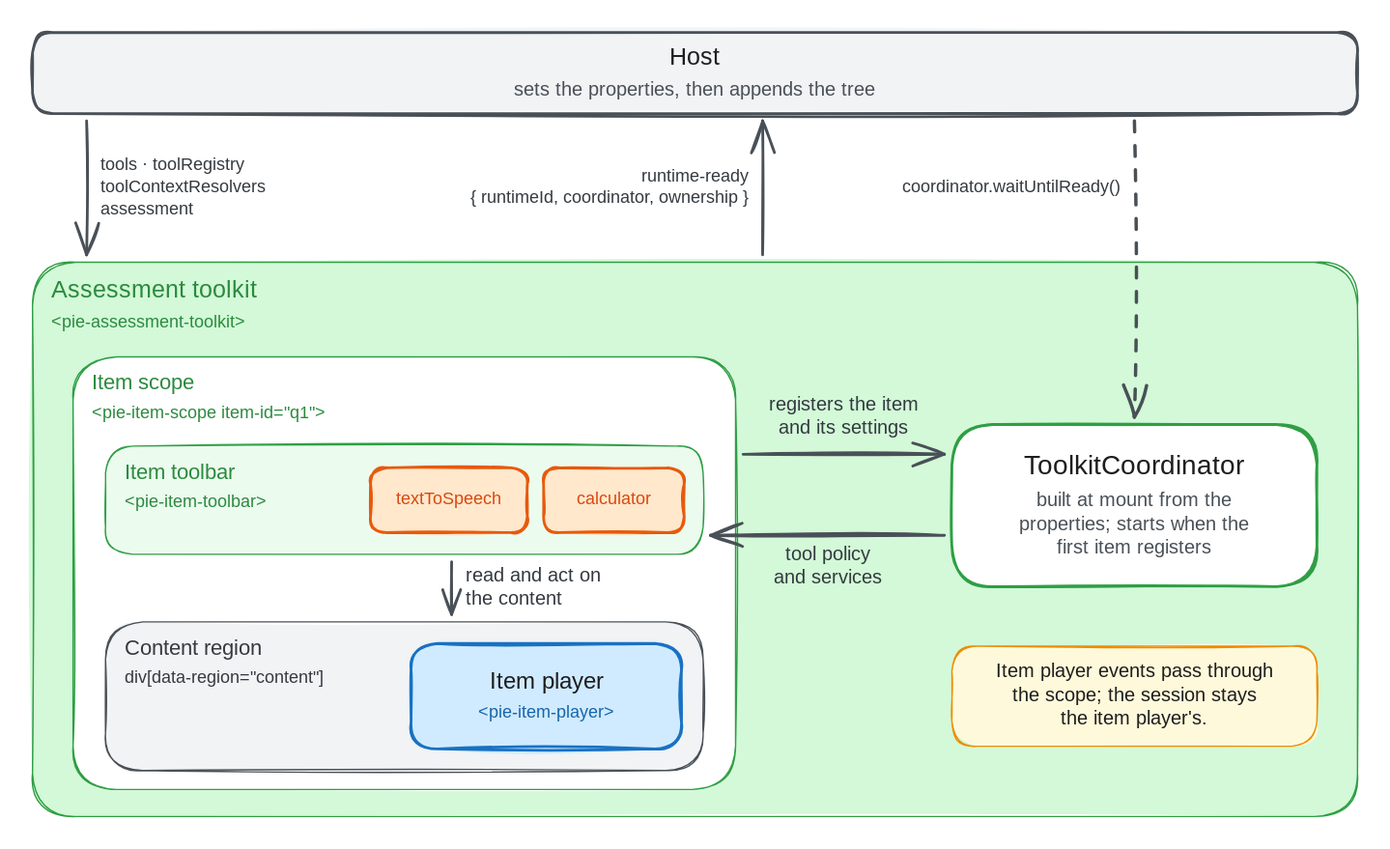
Above: packages/pie-website-app/static/images/diagrams/toolkit-item-scope.excalidraw.svg in pie-framework/pie-website-ng (Excalidraw), before the change. Source tidied: one line per element, renumbered; positions are measured from the earlier drawing's top-left corner, leaving out a move shared by most shapes.
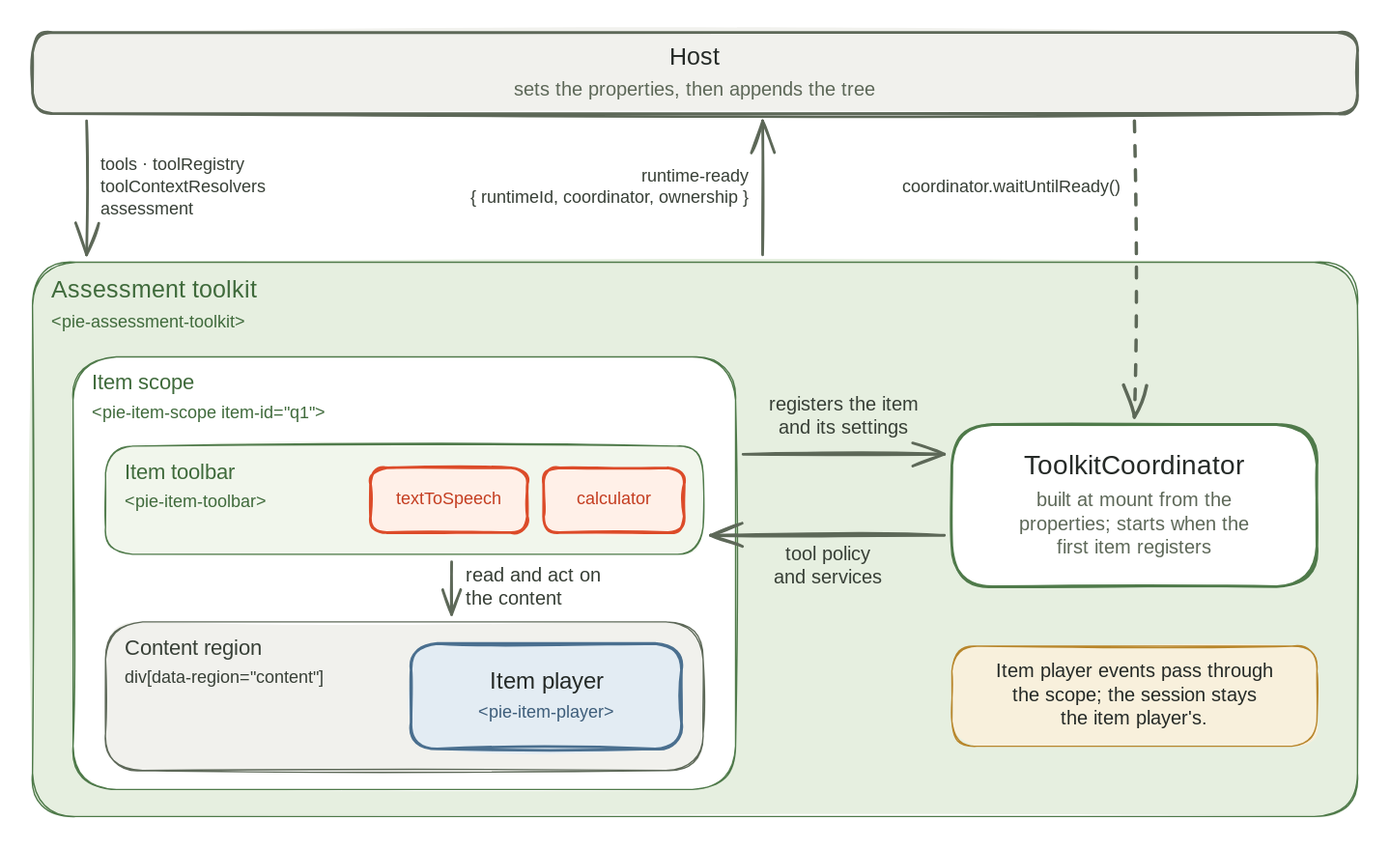
After the change.

What changed in the source:
```diff
@@ -1,39 +1,39 @@
-{"id": 0, "type": "rectangle", "strokeColor": "#2f9e44", "backgroundColor": "#d3f9d8", "fillStyle": "solid", "strokeWidth": 1, "roughness": 1, "round": true, "x": 0, "y": 170, "width": 980, "height": 410}
+{"id": 0, "type": "rectangle", "strokeColor": "#4f7a4a", "backgroundColor": "#e6efe0", "fillStyle": "solid", "strokeWidth": 1, "roughness": 1, "round": true, "x": 0, "y": 170, "width": 980, "height": 410}
-{"id": 1, "type": "text", "text": "Assessment toolkit", "strokeColor": "#2b8a3e", "strokeWidth": 2, "roughness": 1, "fontSize": 18, "fontFamily": 5, "x": 14, "y": 180, "width": 169, "height": 22}
+{"id": 1, "type": "text", "text": "Assessment toolkit", "strokeColor": "#3f6a3b", "strokeWidth": 2, "roughness": 1, "fontSize": 18, "fontFamily": 5, "x": 14, "y": 180, "width": 169, "height": 22}
-{"id": 2, "type": "text", "text": "<pie-assessment-toolkit>", "strokeColor": "#2b8a3e", "strokeWidth": 2, "roughness": 1, "fontSize": 13, "fontFamily": 8, "x": 14, "y": 206, "width": 172, "height": 16}
+{"id": 2, "type": "text", "text": "<pie-assessment-toolkit>", "strokeColor": "#3f6a3b", "strokeWidth": 2, "roughness": 1, "fontSize": 13, "fontFamily": 8, "x": 14, "y": 206, "width": 172, "height": 16}
-{"id": 3, "type": "rectangle", "strokeColor": "#2f9e44", "backgroundColor": "#ffffff", "fillStyle": "solid", "strokeWidth": 1, "roughness": 1, "round": true, "x": 30, "y": 240, "width": 490, "height": 320}
+{"id": 3, "type": "rectangle", "strokeColor": "#4f7a4a", "backgroundColor": "#ffffff", "fillStyle": "solid", "strokeWidth": 1, "roughness": 1, "round": true, "x": 30, "y": 240, "width": 490, "height": 320}
-{"id": 4, "type": "text", "text": "Item scope", "strokeColor": "#2b8a3e", "strokeWidth": 2, "roughness": 1, "fontSize": 16, "fontFamily": 5, "x": 44, "y": 250, "width": 87, "height": 20}
+{"id": 4, "type": "text", "text": "Item scope", "strokeColor": "#3f6a3b", "strokeWidth": 2, "roughness": 1, "fontSize": 16, "fontFamily": 5, "x": 44, "y": 250, "width": 87, "height": 20}
-{"id": 5, "type": "text", "text": "<pie-item-scope item-id=\"q1\">", "strokeColor": "#2b8a3e", "strokeWidth": 2, "roughness": 1, "fontSize": 13, "fontFamily": 8, "x": 44, "y": 274, "width": 207, "height": 16}
+{"id": 5, "type": "text", "text": "<pie-item-scope item-id=\"q1\">", "strokeColor": "#3f6a3b", "strokeWidth": 2, "roughness": 1, "fontSize": 13, "fontFamily": 8, "x": 44, "y": 274, "width": 207, "height": 16}
-{"id": 6, "type": "rectangle", "strokeColor": "#2f9e44", "backgroundColor": "#ebfbee", "fillStyle": "solid", "strokeWidth": 1, "roughness": 1, "round": true, "x": 54, "y": 306, "width": 442, "height": 80}
+{"id": 6, "type": "rectangle", "strokeColor": "#4f7a4a", "backgroundColor": "#f1f6ec", "fillStyle": "solid", "strokeWidth": 1, "roughness": 1, "round": true, "x": 54, "y": 306, "width": 442, "height": 80}
-{"id": 7, "type": "text", "text": "Item toolbar", "strokeColor": "#2b8a3e", "strokeWidth": 2, "roughness": 1, "fontSize": 16, "fontFamily": 5, "x": 68, "y": 316, "width": 100, "height": 20}
+{"id": 7, "type": "text", "text": "Item toolbar", "strokeColor": "#3f6a3b", "strokeWidth": 2, "roughness": 1, "fontSize": 16, "fontFamily": 5, "x": 68, "y": 316, "width": 100, "height": 20}
-{"id": 8, "type": "text", "text": "<pie-item-toolbar>", "strokeColor": "#2b8a3e", "strokeWidth": 2, "roughness": 1, "fontSize": 13, "fontFamily": 8, "x": 68, "y": 340, "width": 129, "height": 16}
+{"id": 8, "type": "text", "text": "<pie-item-toolbar>", "strokeColor": "#3f6a3b", "strokeWidth": 2, "roughness": 1, "fontSize": 13, "fontFamily": 8, "x": 68, "y": 340, "width": 129, "height": 16}
-{"id": 9, "type": "rectangle", "strokeColor": "#495057", "backgroundColor": "#f1f3f5", "fillStyle": "solid", "strokeWidth": 1, "roughness": 1, "round": true, "x": 54, "y": 436, "width": 442, "height": 110}
+{"id": 9, "type": "rectangle", "strokeColor": "#5d6858", "backgroundColor": "#f1f1ed", "fillStyle": "solid", "strokeWidth": 1, "roughness": 1, "round": true, "x": 54, "y": 436, "width": 442, "height": 110}
-{"id": 10, "type": "text", "text": "Content region", "strokeColor": "#343a40", "strokeWidth": 2, "roughness": 1, "fontSize": 16, "fontFamily": 5, "x": 68, "y": 446, "width": 115, "height": 20}
+{"id": 10, "type": "text", "text": "Content region", "strokeColor": "#373f36", "strokeWidth": 2, "roughness": 1, "fontSize": 16, "fontFamily": 5, "x": 68, "y": 446, "width": 115, "height": 20}
-{"id": 11, "type": "text", "text": "div[data-region=\"content\"]", "strokeColor": "#343a40", "strokeWidth": 2, "roughness": 1, "fontSize": 13, "fontFamily": 8, "x": 68, "y": 470, "width": 186, "height": 16}
+{"id": 11, "type": "text", "text": "div[data-region=\"content\"]", "strokeColor": "#373f36", "strokeWidth": 2, "roughness": 1, "fontSize": 13, "fontFamily": 8, "x": 68, "y": 470, "width": 186, "height": 16}
-{"id": 12, "type": "rectangle", "strokeColor": "#495057", "backgroundColor": "#f1f3f5", "fillStyle": "solid", "strokeWidth": 2, "roughness": 1, "round": true, "x": 0, "y": 0, "width": 980, "height": 60}
+{"id": 12, "type": "rectangle", "strokeColor": "#5d6858", "backgroundColor": "#f1f1ed", "fillStyle": "solid", "strokeWidth": 2, "roughness": 1, "round": true, "x": 0, "y": 0, "width": 980, "height": 60}
-{"id": 13, "type": "text", "text": "Host", "strokeColor": "#1e1e1e", "strokeWidth": 2, "roughness": 1, "fontSize": 18, "fontFamily": 5, "textAlign": "center", "x": 470, "y": 8, "width": 41, "height": 22}
+{"id": 13, "type": "text", "text": "Host", "strokeColor": "#252a27", "strokeWidth": 2, "roughness": 1, "fontSize": 18, "fontFamily": 5, "textAlign": "center", "x": 470, "y": 8, "width": 41, "height": 22}
-{"id": 14, "type": "text", "text": "sets the properties, then appends the tree", "strokeColor": "#495057", "strokeWidth": 2, "roughness": 1, "fontSize": 14, "fontFamily": 5, "textAlign": "center", "x": 342, "y": 34, "width": 296, "height": 18}
+{"id": 14, "type": "text", "text": "sets the properties, then appends the tree", "strokeColor": "#5d6858", "strokeWidth": 2, "roughness": 1, "fontSize": 14, "fontFamily": 5, "textAlign": "center", "x": 342, "y": 34, "width": 296, "height": 18}
-{"id": 15, "type": "rectangle", "strokeColor": "#e8590c", "backgroundColor": "#ffe8cc", "fillStyle": "solid", "strokeWidth": 2, "roughness": 1, "round": true, "x": 250, "y": 322, "width": 116, "height": 48}
+{"id": 15, "type": "rectangle", "strokeColor": "#dc4b29", "backgroundColor": "#fff0e8", "fillStyle": "solid", "strokeWidth": 2, "roughness": 1, "round": true, "x": 250, "y": 322, "width": 116, "height": 48}
-{"id": 16, "type": "text", "text": "textToSpeech", "strokeColor": "#d9480f", "strokeWidth": 2, "roughness": 1, "fontSize": 13, "fontFamily": 8, "textAlign": "center", "x": 265, "y": 338, "width": 86, "height": 16}
+{"id": 16, "type": "text", "text": "textToSpeech", "strokeColor": "#c43d20", "strokeWidth": 2, "roughness": 1, "fontSize": 13, "fontFamily": 8, "textAlign": "center", "x": 265, "y": 338, "width": 86, "height": 16}
-{"id": 17, "type": "rectangle", "strokeColor": "#e8590c", "backgroundColor": "#ffe8cc", "fillStyle": "solid", "strokeWidth": 2, "roughness": 1, "round": true, "x": 378, "y": 322, "width": 104, "height": 48}
+{"id": 17, "type": "rectangle", "strokeColor": "#dc4b29", "backgroundColor": "#fff0e8", "fillStyle": "solid", "strokeWidth": 2, "roughness": 1, "round": true, "x": 378, "y": 322, "width": 104, "height": 48}
-{"id": 18, "type": "text", "text": "calculator", "strokeColor": "#d9480f", "strokeWidth": 2, "roughness": 1, "fontSize": 13, "fontFamily": 8, "textAlign": "center", "x": 394, "y": 338, "width": 71, "height": 16}
+{"id": 18, "type": "text", "text": "calculator", "strokeColor": "#c43d20", "strokeWidth": 2, "roughness": 1, "fontSize": 13, "fontFamily": 8, "textAlign": "center", "x": 394, "y": 338, "width": 71, "height": 16}
-{"id": 19, "type": "rectangle", "strokeColor": "#1971c2", "backgroundColor": "#d0ebff", "fillStyle": "solid", "strokeWidth": 2, "roughness": 1, "round": true, "x": 280, "y": 452, "width": 200, "height": 78}
+{"id": 19, "type": "rectangle", "strokeColor": "#4a6f8f", "backgroundColor": "#e3ecf3", "fillStyle": "solid", "strokeWidth": 2, "roughness": 1, "round": true, "x": 280, "y": 452, "width": 200, "height": 78}
-{"id": 20, "type": "text", "text": "Item player", "strokeColor": "#1e1e1e", "strokeWidth": 2, "roughness": 1, "fontSize": 17, "fontFamily": 5, "textAlign": "center", "x": 333, "y": 470, "width": 94, "height": 21}
+{"id": 20, "type": "text", "text": "Item player", "strokeColor": "#252a27", "strokeWidth": 2, "roughness": 1, "fontSize": 17, "fontFamily": 5, "textAlign": "center", "x": 333, "y": 470, "width": 94, "height": 21}
-{"id": 21, "type": "text", "text": "<pie-item-player>", "strokeColor": "#1864ab", "strokeWidth": 2, "roughness": 1, "fontSize": 13, "fontFamily": 8, "textAlign": "center", "x": 319, "y": 496, "width": 122, "height": 16}
+{"id": 21, "type": "text", "text": "<pie-item-player>", "strokeColor": "#3d5d7a", "strokeWidth": 2, "roughness": 1, "fontSize": 13, "fontFamily": 8, "textAlign": "center", "x": 319, "y": 496, "width": 122, "height": 16}
-{"id": 22, "type": "rectangle", "strokeColor": "#2f9e44", "backgroundColor": "#ffffff", "fillStyle": "solid", "strokeWidth": 2, "roughness": 1, "round": true, "x": 680, "y": 290, "width": 270, "height": 120}
+{"id": 22, "type": "rectangle", "strokeColor": "#4f7a4a", "backgroundColor": "#ffffff", "fillStyle": "solid", "strokeWidth": 2, "roughness": 1, "round": true, "x": 680, "y": 290, "width": 270, "height": 120}
-{"id": 23, "type": "text", "text": "ToolkitCoordinator", "strokeColor": "#1e1e1e", "strokeWidth": 2, "roughness": 1, "fontSize": 20, "fontFamily": 5, "textAlign": "center", "x": 722, "y": 309, "width": 186, "height": 25}
+{"id": 23, "type": "text", "text": "ToolkitCoordinator", "strokeColor": "#252a27", "strokeWidth": 2, "roughness": 1, "fontSize": 20, "fontFamily": 5, "textAlign": "center", "x": 722, "y": 309, "width": 186, "height": 25}
-{"id": 24, "type": "text", "text": "built at mount from the\nproperties; starts when the\nfirst item registers", "strokeColor": "#495057", "strokeWidth": 2, "roughness": 1, "fontSize": 14, "fontFamily": 5, "textAlign": "center", "x": 720, "y": 338, "width": 191, "height": 52}
+{"id": 24, "type": "text", "text": "built at mount from the\nproperties; starts when the\nfirst item registers", "strokeColor": "#5d6858", "strokeWidth": 2, "roughness": 1, "fontSize": 14, "fontFamily": 5, "textAlign": "center", "x": 720, "y": 338, "width": 191, "height": 52}
-{"id": 25, "type": "rectangle", "strokeColor": "#f08c00", "backgroundColor": "#fff9db", "fillStyle": "solid", "strokeWidth": 1, "roughness": 1, "round": true, "x": 680, "y": 454, "width": 270, "height": 74}
+{"id": 25, "type": "rectangle", "strokeColor": "#b8862b", "backgroundColor": "#f8f0dc", "fillStyle": "solid", "strokeWidth": 1, "roughness": 1, "round": true, "x": 680, "y": 454, "width": 270, "height": 74}
-{"id": 26, "type": "text", "text": "Item player events pass through\nthe scope; the session stays\nthe item player's.", "strokeColor": "#1e1e1e", "strokeWidth": 2, "roughness": 1, "fontSize": 14, "fontFamily": 5, "textAlign": "center", "x": 703, "y": 465, "width": 223, "height": 52}
+{"id": 26, "type": "text", "text": "Item player events pass through\nthe scope; the session stays\nthe item player's.", "strokeColor": "#252a27", "strokeWidth": 2, "roughness": 1, "fontSize": 14, "fontFamily": 5, "textAlign": "center", "x": 703, "y": 465, "width": 223, "height": 52}
-{"id": 27, "type": "arrow", "strokeColor": "#495057", "strokeWidth": 2, "roughness": 1, "endArrowhead": "arrow", "from": 12, "to": 0, "x": 40, "y": 66, "width": 0, "height": 99, "points": [[0, 0], [0, 99]]}
+{"id": 27, "type": "arrow", "strokeColor": "#5d6858", "strokeWidth": 2, "roughness": 1, "endArrowhead": "arrow", "from": 12, "to": 0, "x": 40, "y": 66, "width": 0, "height": 99, "points": [[0, 0], [0, 99]]}
-{"id": 28, "type": "text", "text": "tools · toolRegistry\ntoolContextResolvers\nassessment", "strokeColor": "#343a40", "strokeWidth": 2, "roughness": 1, "fontSize": 13, "fontFamily": 8, "x": 50, "y": 91, "width": 143, "height": 49}
+{"id": 28, "type": "text", "text": "tools · toolRegistry\ntoolContextResolvers\nassessment", "strokeColor": "#373f36", "strokeWidth": 2, "roughness": 1, "fontSize": 13, "fontFamily": 8, "x": 50, "y": 91, "width": 143, "height": 49}
-{"id": 29, "type": "arrow", "strokeColor": "#495057", "strokeWidth": 2, "roughness": 1, "endArrowhead": "arrow", "from": 0, "to": 12, "x": 540, "y": 164, "width": 0, "height": 99, "points": [[0, 0], [0, -99]]}
+{"id": 29, "type": "arrow", "strokeColor": "#5d6858", "strokeWidth": 2, "roughness": 1, "endArrowhead": "arrow", "from": 0, "to": 12, "x": 540, "y": 164, "width": 0, "height": 99, "points": [[0, 0], [0, -99]]}
-{"id": 30, "type": "text", "text": "runtime-ready\n{ runtimeId, coordinator, ownership }", "strokeColor": "#343a40", "strokeWidth": 2, "roughness": 1, "fontSize": 13, "fontFamily": 8, "textAlign": "right", "x": 265, "y": 99, "width": 265, "height": 32}
+{"id": 30, "type": "text", "text": "runtime-ready\n{ runtimeId, coordinator, ownership }", "strokeColor": "#373f36", "strokeWidth": 2, "roughness": 1, "fontSize": 13, "fontFamily": 8, "textAlign": "right", "x": 265, "y": 99, "width": 265, "height": 32}
-{"id": 31, "type": "arrow", "strokeColor": "#495057", "strokeWidth": 2, "strokeStyle": "dashed", "roughness": 1, "endArrowhead": "arrow", "from": 12, "to": 22, "x": 815, "y": 66, "width": 0, "height": 219, "points": [[0, 0], [0, 219]]}
+{"id": 31, "type": "arrow", "strokeColor": "#5d6858", "strokeWidth": 2, "strokeStyle": "dashed", "roughness": 1, "endArrowhead": "arrow", "from": 12, "to": 22, "x": 815, "y": 66, "width": 0, "height": 219, "points": [[0, 0], [0, 219]]}
-{"id": 32, "type": "text", "text": "coordinator.waitUntilReady()", "strokeColor": "#343a40", "strokeWidth": 2, "roughness": 1, "fontSize": 13, "fontFamily": 8, "textAlign": "right", "x": 605, "y": 107, "width": 200, "height": 16}
+{"id": 32, "type": "text", "text": "coordinator.waitUntilReady()", "strokeColor": "#373f36", "strokeWidth": 2, "roughness": 1, "fontSize": 13, "fontFamily": 8, "textAlign": "right", "x": 605, "y": 107, "width": 200, "height": 16}
-{"id": 33, "type": "arrow", "strokeColor": "#495057", "strokeWidth": 2, "roughness": 1, "endArrowhead": "arrow", "from": 3, "to": 22, "x": 526, "y": 312, "width": 149, "height": 0, "points": [[0, 0], [149, 0]]}
+{"id": 33, "type": "arrow", "strokeColor": "#5d6858", "strokeWidth": 2, "roughness": 1, "endArrowhead": "arrow", "from": 3, "to": 22, "x": 526, "y": 312, "width": 149, "height": 0, "points": [[0, 0], [149, 0]]}
-{"id": 34, "type": "text", "text": "registers the item\nand its settings", "strokeColor": "#343a40", "strokeWidth": 2, "roughness": 1, "fontSize": 14, "fontFamily": 5, "textAlign": "center", "x": 539, "y": 267, "width": 123, "height": 35}
+{"id": 34, "type": "text", "text": "registers the item\nand its settings", "strokeColor": "#373f36", "strokeWidth": 2, "roughness": 1, "fontSize": 14, "fontFamily": 5, "textAlign": "center", "x": 539, "y": 267, "width": 123, "height": 35}
-{"id": 35, "type": "arrow", "strokeColor": "#495057", "strokeWidth": 2, "roughness": 1, "endArrowhead": "arrow", "from": 22, "to": 6, "x": 674, "y": 372, "width": 173, "height": 0, "points": [[0, 0], [-173, 0]]}
+{"id": 35, "type": "arrow", "strokeColor": "#5d6858", "strokeWidth": 2, "roughness": 1, "endArrowhead": "arrow", "from": 22, "to": 6, "x": 674, "y": 372, "width": 173, "height": 0, "points": [[0, 0], [-173, 0]]}
-{"id": 36, "type": "text", "text": "tool policy\nand services", "strokeColor": "#343a40", "strokeWidth": 2, "roughness": 1, "fontSize": 14, "fontFamily": 5, "textAlign": "center", "x": 546, "y": 378, "width": 83, "height": 35}
+{"id": 36, "type": "text", "text": "tool policy\nand services", "strokeColor": "#373f36", "strokeWidth": 2, "roughness": 1, "fontSize": 14, "fontFamily": 5, "textAlign": "center", "x": 546, "y": 378, "width": 83, "height": 35}
-{"id": 37, "type": "arrow", "strokeColor": "#495057", "strokeWidth": 2, "roughness": 1, "endArrowhead": "arrow", "from": 6, "to": 9, "x": 310, "y": 392, "width": 0, "height": 39, "points": [[0, 0], [0, 39]]}
+{"id": 37, "type": "arrow", "strokeColor": "#5d6858", "strokeWidth": 2, "roughness": 1, "endArrowhead": "arrow", "from": 6, "to": 9, "x": 310, "y": 392, "width": 0, "height": 39, "points": [[0, 0], [0, 39]]}
-{"id": 38, "type": "text", "text": "read and act on\nthe content", "strokeColor": "#343a40", "strokeWidth": 2, "roughness": 1, "fontSize": 14, "fontFamily": 5, "x": 320, "y": 394, "width": 109, "height": 35}
+{"id": 38, "type": "text", "text": "read and act on\nthe content", "strokeColor": "#373f36", "strokeWidth": 2, "roughness": 1, "fontSize": 14, "fontFamily": 5, "x": 320, "y": 394, "width": 109, "height": 35}
```
